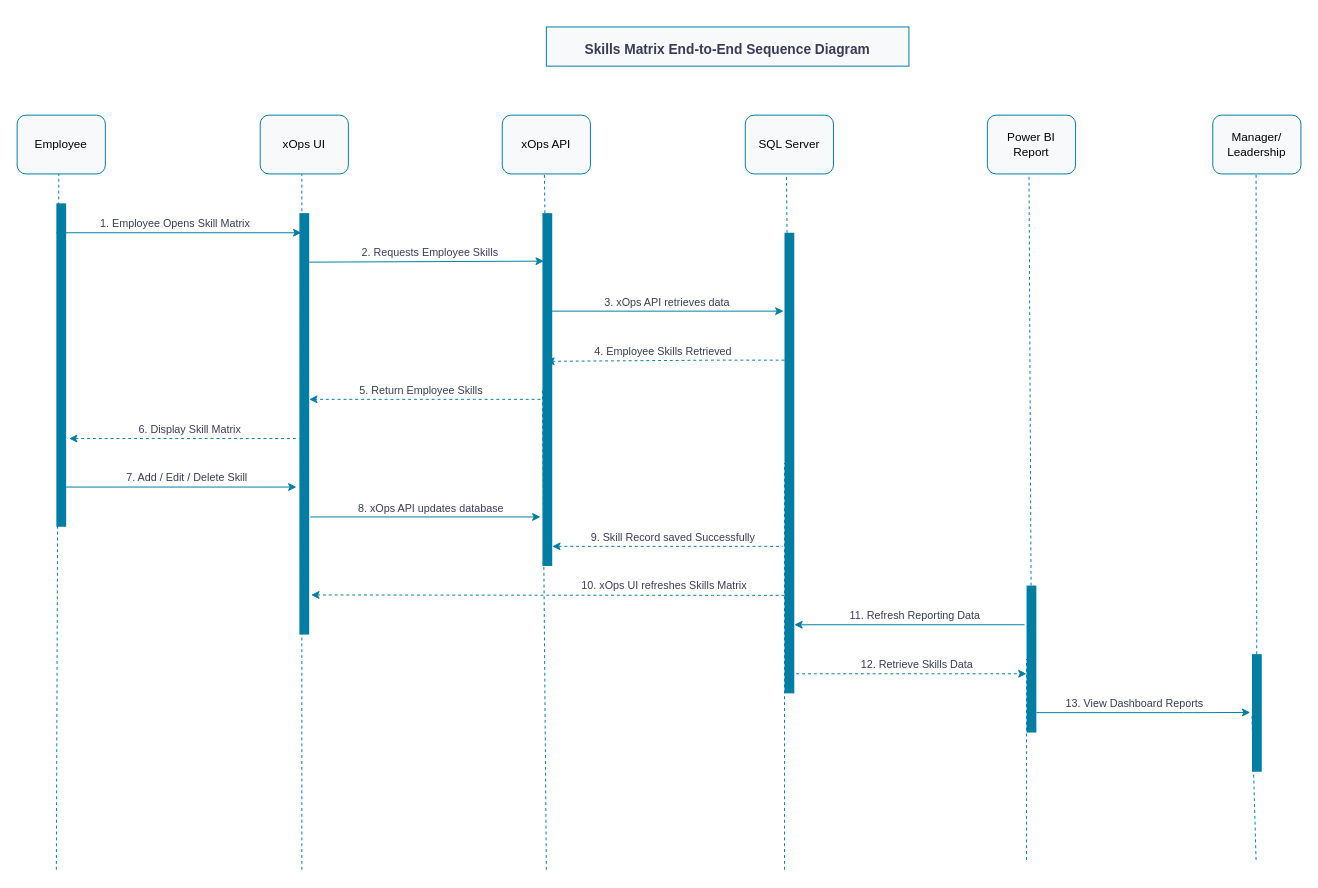
The draw.io diagram page "SEQ (Skill)" (3 of 5) of Skill_Matrix_Architecture.drawio in Eilamurugan-14/EngagementReuqets, before the edit. Source tidied: cells renumbered, new cells numbered last; positions are measured from the earlier drawing's top-left corner, leaving out a move shared by most shapes. Both pictures are drawn from the tidied source at 98%, with x=0, y=0 at pixel (17, 26).
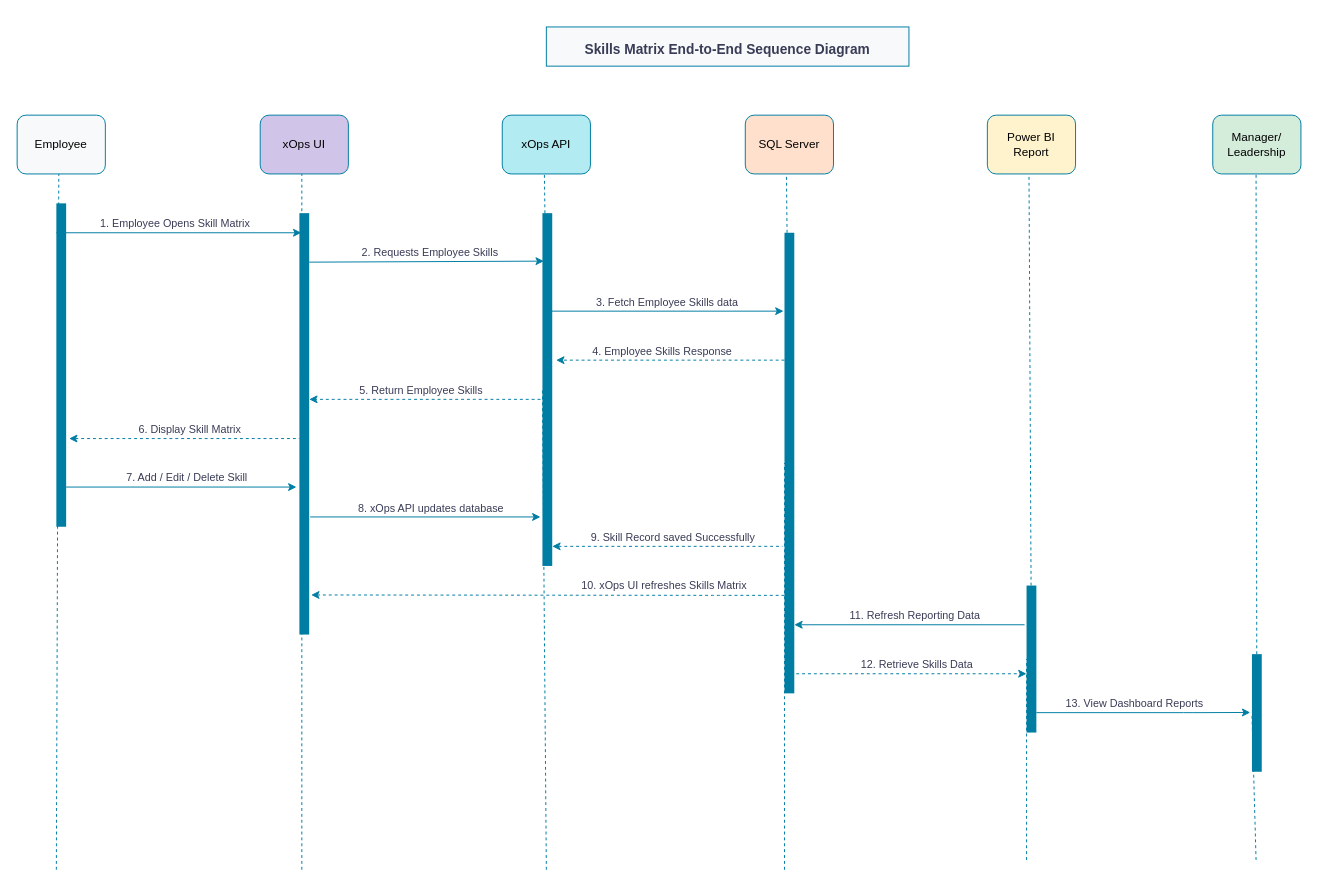
The same diagram, later.

Unchanged cells that the change refers to:
```xml
<mxCell id="18" style="endArrow=classic;html=1;rounded=1;strokeColor=#007DA3;fontColor=#393C56;fillColor=#F2CC8F;endFill=1;" parent="1" edge="1">
  <mxGeometry relative="1" as="geometry">
    <mxPoint x="540" y="290" as="sourcePoint" />
    <mxPoint x="782" y="290" as="targetPoint" />
  </mxGeometry>
</mxCell>
<mxCell id="21" style="rounded=0;whiteSpace=wrap;html=1;strokeColor=none;fontColor=#393C56;fillColor=#007DA3;direction=south;" parent="1" vertex="1">
  <mxGeometry x="536" y="190" width="10" height="360" as="geometry" />
</mxCell>
<mxCell id="42" style="group;" parent="1" vertex="1">
  <mxGeometry x="1220" y="90" width="90" height="760" as="geometry" />
</mxCell>
```

Change to the diagram source:
```diff
@@
-    <mxCell id="3" value="xOps UI" style="rounded=1;whiteSpace=wrap;html=1;roundedPerimeter=1;strokeColor=#007DA3;align=center;verticalAlign=middle;fontFamily=Helvetica;fontSize=12;fontColor=default;fillColor=#F8F9FA;" parent="1" vertex="1">
+    <mxCell id="3" value="xOps UI" style="rounded=1;whiteSpace=wrap;html=1;roundedPerimeter=1;strokeColor=#007DA3;align=center;verticalAlign=middle;fontFamily=Helvetica;fontSize=12;fontColor=default;fillColor=#D1C4E9;" parent="1" vertex="1">
       <mxGeometry x="248" y="90" width="90" height="60" as="geometry" />
     </mxCell>
-    <mxCell id="4" value="Power BI Report" style="rounded=1;whiteSpace=wrap;html=1;roundedPerimeter=1;strokeColor=#007DA3;align=center;verticalAlign=middle;fontFamily=Helvetica;fontSize=12;fontColor=default;fillColor=#F8F9FA;" parent="1" vertex="1">
+    <mxCell id="4" value="Power BI Report" style="rounded=1;whiteSpace=wrap;html=1;roundedPerimeter=1;strokeColor=#007DA3;align=center;verticalAlign=middle;fontFamily=Helvetica;fontSize=12;fontColor=default;fillColor=#FFF3CD;" parent="1" vertex="1">
       <mxGeometry x="990" y="90" width="90" height="60" as="geometry" />
     </mxCell>
-    <mxCell id="5" value="&lt;div&gt;SQL Server&lt;/div&gt;" style="rounded=1;whiteSpace=wrap;html=1;roundedPerimeter=1;strokeColor=#007DA3;align=center;verticalAlign=middle;fontFamily=Helvetica;fontSize=12;fontColor=default;fillColor=#F8F9FA;" parent="1" vertex="1">
+    <mxCell id="5" value="&lt;div&gt;SQL Server&lt;/div&gt;" style="rounded=1;whiteSpace=wrap;html=1;roundedPerimeter=1;strokeColor=#007DA3;align=center;verticalAlign=middle;fontFamily=Helvetica;fontSize=12;fontColor=default;fillColor=#FFE0CC;gradientColor=none;" parent="1" vertex="1">
       <mxGeometry x="743" y="90" width="90" height="60" as="geometry" />
     </mxCell>
-    <mxCell id="6" value="xOps API" style="rounded=1;whiteSpace=wrap;html=1;roundedPerimeter=1;strokeColor=#007DA3;align=center;verticalAlign=middle;fontFamily=Helvetica;fontSize=12;fontColor=default;fillColor=#F8F9FA;" parent="1" vertex="1">
+    <mxCell id="6" value="xOps API" style="rounded=1;whiteSpace=wrap;html=1;roundedPerimeter=1;strokeColor=#007DA3;align=center;verticalAlign=middle;fontFamily=Helvetica;fontSize=12;fontColor=default;fillColor=#B2EBF2;" parent="1" vertex="1">
       <mxGeometry x="495" y="90" width="90" height="60" as="geometry" />
     </mxCell>
@@
-    <mxCell id="19" value="3. xOps API retrieves data" style="edgeLabel;html=1;align=center;verticalAlign=middle;fontFamily=Helvetica;fontSize=11;fontColor=#393C56;labelBackgroundColor=default;" parent="18" vertex="1">
+    <mxCell id="19" value="3. Fetch Employee Skills data" style="edgeLabel;html=1;align=center;verticalAlign=middle;fontFamily=Helvetica;fontSize=11;fontColor=#393C56;labelBackgroundColor=default;" parent="18" vertex="1">
       <mxGeometry x="-0.5" relative="1" as="geometry">
         <mxPoint x="61" y="-10" as="offset" />
       </mxGeometry>
     </mxCell>
@@
-    <mxCell id="24" style="endArrow=classic;html=1;rounded=1;strokeColor=#007DA3;fontColor=#393C56;fillColor=#F2CC8F;endFill=1;dashed=1;entryX=0.42;entryY=0.614;entryDx=0;entryDy=0;entryPerimeter=0;" parent="1" edge="1" target="21">
-      <mxGeometry x="-0.45" relative="1" as="geometry">
+    <mxCell id="24" style="endArrow=classic;html=1;rounded=1;strokeColor=#007DA3;fontColor=#393C56;fillColor=#F2CC8F;endFill=1;dashed=1;" parent="1" edge="1">
+      <mxGeometry x="-0.42" relative="1" as="geometry">
         <mxPoint x="783" y="340" as="sourcePoint" />
+        <mxPoint x="550" y="340" as="targetPoint" />
         <Array as="points">
           <mxPoint x="713" y="340" />
         </Array>
       </mxGeometry>
     </mxCell>
-    <mxCell id="25" value="4. Employee Skills Retrieved" style="edgeLabel;html=1;align=center;verticalAlign=middle;fontFamily=Helvetica;fontSize=11;fontColor=#393C56;labelBackgroundColor=default;" parent="24" vertex="1">
-      <mxGeometry x="-0.33" relative="1" as="geometry">
+    <mxCell id="25" value="4. Employee Skills Response" style="edgeLabel;html=1;align=center;verticalAlign=middle;fontFamily=Helvetica;fontSize=11;fontColor=#393C56;labelBackgroundColor=default;" parent="24" vertex="1">
+      <mxGeometry x="-0.3" relative="1" as="geometry">
         <mxPoint x="-44" y="-10" as="offset" />
       </mxGeometry>
     </mxCell>
@@
-    <mxCell id="43" value="Manager/ Leadership" style="rounded=1;whiteSpace=wrap;html=1;roundedPerimeter=1;strokeColor=#007DA3;align=center;verticalAlign=middle;fontFamily=Helvetica;fontSize=12;fontColor=default;fillColor=#F8F9FA;" parent="42" vertex="1">
+    <mxCell id="43" value="Manager/ Leadership" style="rounded=1;whiteSpace=wrap;html=1;roundedPerimeter=1;strokeColor=#007DA3;align=center;verticalAlign=middle;fontFamily=Helvetica;fontSize=12;fontColor=default;fillColor=#D4EDDA;" parent="42" vertex="1">
       <mxGeometry width="90" height="60" as="geometry" />
     </mxCell>
```
